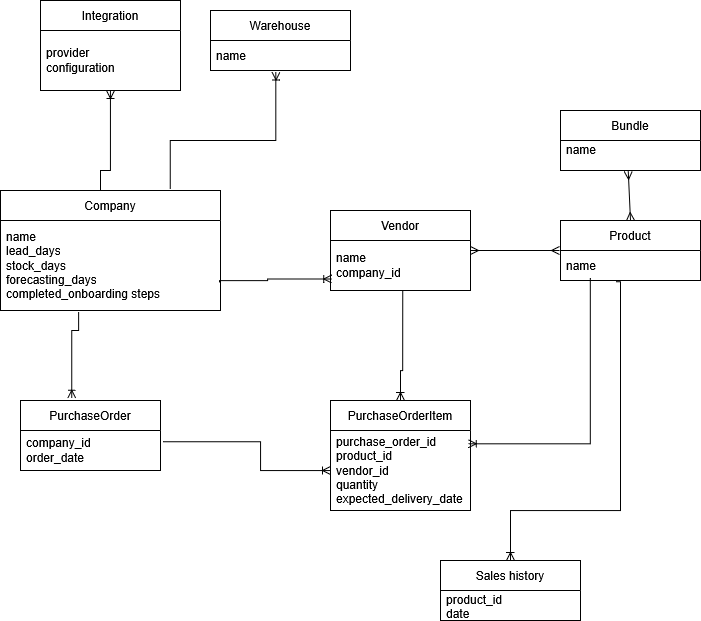
Earlier version of the draw.io export entity_diagram.png (h4nz2/logistics-onboarding). Source tidied: cells renumbered, new cells last; positions are measured from the earlier drawing's top-left corner, leaving out a move shared by most shapes. Source of this version:
```xml
<mxGraphModel>
  <root>
    <mxCell id="0" />
    <mxCell id="1" parent="0" />
    <mxCell id="2" value="&lt;div&gt;Company&lt;/div&gt;" style="swimlane;fontStyle=0;horizontal=1;startSize=30;whiteSpace=wrap;html=1;" parent="1" vertex="1">
      <mxGeometry y="190" width="220" height="120" as="geometry" />
    </mxCell>
    <mxCell id="3" value="&lt;div&gt;name&lt;/div&gt;&lt;div&gt;lead_days&lt;/div&gt;&lt;div&gt;stock_days&lt;/div&gt;&lt;div&gt;forecasting_days&lt;/div&gt;&lt;div&gt;completed_onboarding steps&lt;/div&gt;" style="text;strokeColor=none;fillColor=none;align=left;verticalAlign=middle;spacingLeft=4;spacingRight=4;overflow=hidden;points=[[0,0.5],[1,0.5]];portConstraint=eastwest;whiteSpace=wrap;html=1;" parent="2" vertex="1">
      <mxGeometry y="30" width="220" height="90" as="geometry" />
    </mxCell>
    <mxCell id="4" value="PurchaseOrder" style="swimlane;fontStyle=0;horizontal=1;startSize=30;whiteSpace=wrap;html=1;" parent="1" vertex="1">
      <mxGeometry x="20" y="400" width="140" height="70" as="geometry" />
    </mxCell>
    <mxCell id="5" value="&lt;div&gt;company_id&amp;nbsp;&lt;/div&gt;&lt;div&gt;order_date&lt;/div&gt;" style="text;strokeColor=none;fillColor=none;align=left;verticalAlign=middle;spacingLeft=4;spacingRight=4;overflow=hidden;points=[[0,0.5],[1,0.5]];portConstraint=eastwest;whiteSpace=wrap;html=1;" parent="4" vertex="1">
      <mxGeometry y="30" width="140" height="40" as="geometry" />
    </mxCell>
    <mxCell id="6" value="PurchaseOrderItem" style="swimlane;fontStyle=0;horizontal=1;startSize=30;whiteSpace=wrap;html=1;" parent="1" vertex="1">
      <mxGeometry x="330" y="400" width="140" height="110" as="geometry" />
    </mxCell>
    <mxCell id="7" value="purchase_order_id&lt;br&gt;product_id&lt;br&gt;vendor_id&lt;br&gt;quantity&lt;br&gt;expected_delivery_date" style="text;strokeColor=none;fillColor=none;align=left;verticalAlign=middle;spacingLeft=4;spacingRight=4;overflow=hidden;points=[[0,0.5],[1,0.5]];portConstraint=eastwest;whiteSpace=wrap;html=1;" parent="6" vertex="1">
      <mxGeometry y="30" width="140" height="80" as="geometry" />
    </mxCell>
    <mxCell id="8" value="Product" style="swimlane;fontStyle=0;horizontal=1;startSize=30;whiteSpace=wrap;html=1;" parent="1" vertex="1">
      <mxGeometry x="560" y="220" width="140" height="60" as="geometry" />
    </mxCell>
    <mxCell id="9" value="&lt;div&gt;name&lt;/div&gt;" style="text;strokeColor=none;fillColor=none;align=left;verticalAlign=middle;spacingLeft=4;spacingRight=4;overflow=hidden;points=[[0,0.5],[1,0.5]];portConstraint=eastwest;whiteSpace=wrap;html=1;" parent="8" vertex="1">
      <mxGeometry y="30" width="140" height="30" as="geometry" />
    </mxCell>
    <mxCell id="10" value="Vendor" style="swimlane;fontStyle=0;horizontal=1;startSize=30;whiteSpace=wrap;html=1;" parent="1" vertex="1">
      <mxGeometry x="330" y="210" width="140" height="80" as="geometry" />
    </mxCell>
    <mxCell id="11" value="&lt;div&gt;name&lt;/div&gt;company_id" style="text;strokeColor=none;fillColor=none;align=left;verticalAlign=middle;spacingLeft=4;spacingRight=4;overflow=hidden;points=[[0,0.5],[1,0.5]];portConstraint=eastwest;whiteSpace=wrap;html=1;" parent="10" vertex="1">
      <mxGeometry y="30" width="140" height="50" as="geometry" />
    </mxCell>
    <mxCell id="12" value="Warehouse" style="swimlane;fontStyle=0;horizontal=1;startSize=30;whiteSpace=wrap;html=1;" parent="1" vertex="1">
      <mxGeometry x="210" y="10" width="140" height="60" as="geometry" />
    </mxCell>
    <mxCell id="13" value="&lt;div&gt;name&lt;/div&gt;" style="text;strokeColor=none;fillColor=none;align=left;verticalAlign=middle;spacingLeft=4;spacingRight=4;overflow=hidden;points=[[0,0.5],[1,0.5]];portConstraint=eastwest;whiteSpace=wrap;html=1;" parent="12" vertex="1">
      <mxGeometry y="30" width="140" height="30" as="geometry" />
    </mxCell>
    <mxCell id="14" value="Bundle" style="swimlane;fontStyle=0;horizontal=1;startSize=30;whiteSpace=wrap;html=1;" parent="1" vertex="1">
      <mxGeometry x="560" y="110" width="140" height="60" as="geometry" />
    </mxCell>
    <mxCell id="15" value="&lt;div&gt;name&lt;/div&gt;&lt;div&gt;&lt;br&gt;&lt;/div&gt;" style="text;strokeColor=none;fillColor=none;align=left;verticalAlign=middle;spacingLeft=4;spacingRight=4;overflow=hidden;points=[[0,0.5],[1,0.5]];portConstraint=eastwest;whiteSpace=wrap;html=1;" parent="14" vertex="1">
      <mxGeometry y="30" width="140" height="30" as="geometry" />
    </mxCell>
    <mxCell id="16" value="Sales history" style="swimlane;fontStyle=0;horizontal=1;startSize=30;whiteSpace=wrap;html=1;" parent="1" vertex="1">
      <mxGeometry x="440" y="560" width="140" height="60" as="geometry" />
    </mxCell>
    <mxCell id="17" value="product_id&lt;br&gt;&lt;div&gt;date&lt;/div&gt;" style="text;strokeColor=none;fillColor=none;align=left;verticalAlign=middle;spacingLeft=4;spacingRight=4;overflow=hidden;whiteSpace=wrap;html=1;" parent="16" vertex="1">
      <mxGeometry y="30" width="140" height="30" as="geometry" />
    </mxCell>
    <mxCell id="18" style="edgeStyle=entityRelationEdgeStyle;fontSize=12;html=1;endArrow=ERmany;startArrow=ERmany;rounded=0;entryX=-0.007;entryY=0;entryDx=0;entryDy=0;entryPerimeter=0;exitX=1;exitY=0.5;exitDx=0;exitDy=0;" parent="1" edge="1" source="10" target="9">
      <mxGeometry relative="1" as="geometry" />
    </mxCell>
    <mxCell id="19" style="fontSize=12;html=1;endArrow=ERmany;startArrow=ERmany;rounded=0;exitX=0.484;exitY=1.028;exitDx=0;exitDy=0;entryX=0.5;entryY=0;entryDx=0;entryDy=0;exitPerimeter=0;" parent="1" edge="1" source="15" target="8">
      <mxGeometry relative="1" as="geometry" />
    </mxCell>
    <mxCell id="20" value="Integration" style="swimlane;fontStyle=0;horizontal=1;startSize=30;whiteSpace=wrap;html=1;" parent="1" vertex="1">
      <mxGeometry x="40" width="140" height="90" as="geometry" />
    </mxCell>
    <mxCell id="21" value="&lt;div&gt;provider&lt;/div&gt;configuration" style="text;strokeColor=none;fillColor=none;align=left;verticalAlign=middle;spacingLeft=4;spacingRight=4;overflow=hidden;points=[[0,0.5],[1,0.5]];portConstraint=eastwest;whiteSpace=wrap;html=1;" parent="20" vertex="1">
      <mxGeometry y="30" width="140" height="60" as="geometry" />
    </mxCell>
    <mxCell id="22" style="edgeStyle=orthogonalEdgeStyle;fontSize=12;html=1;endArrow=ERoneToMany;rounded=0;entryX=0.366;entryY=-0.033;entryDx=0;entryDy=0;entryPerimeter=0;exitX=0.355;exitY=1.017;exitDx=0;exitDy=0;exitPerimeter=0;" parent="1" edge="1" source="3" target="4">
      <mxGeometry relative="1" as="geometry">
        <Array as="points">
          <mxPoint x="78" y="330" />
          <mxPoint x="71" y="330" />
        </Array>
      </mxGeometry>
    </mxCell>
    <mxCell id="23" style="edgeStyle=orthogonalEdgeStyle;fontSize=12;html=1;endArrow=ERoneToMany;rounded=0;entryX=0.009;entryY=0.768;entryDx=0;entryDy=0;entryPerimeter=0;exitX=0.995;exitY=0.687;exitDx=0;exitDy=0;exitPerimeter=0;" parent="1" edge="1" source="3" target="11">
      <mxGeometry relative="1" as="geometry">
        <Array as="points">
          <mxPoint x="219" y="280" />
          <mxPoint x="267" y="280" />
          <mxPoint x="267" y="278" />
        </Array>
      </mxGeometry>
    </mxCell>
    <mxCell id="24" style="edgeStyle=orthogonalEdgeStyle;fontSize=12;html=1;endArrow=ERoneToMany;rounded=0;entryX=0;entryY=0.5;entryDx=0;entryDy=0;exitX=1.021;exitY=0.279;exitDx=0;exitDy=0;exitPerimeter=0;" parent="1" edge="1" source="5" target="7">
      <mxGeometry relative="1" as="geometry">
        <Array as="points">
          <mxPoint x="260" y="441" />
          <mxPoint x="260" y="470" />
        </Array>
      </mxGeometry>
    </mxCell>
    <mxCell id="25" style="edgeStyle=orthogonalEdgeStyle;fontSize=12;html=1;endArrow=ERoneToMany;rounded=0;entryX=0.5;entryY=0;entryDx=0;entryDy=0;exitX=0.516;exitY=1.003;exitDx=0;exitDy=0;exitPerimeter=0;" parent="1" edge="1" source="11" target="6">
      <mxGeometry relative="1" as="geometry">
        <Array as="points">
          <mxPoint x="402" y="370" />
          <mxPoint x="400" y="370" />
        </Array>
      </mxGeometry>
    </mxCell>
    <mxCell id="26" style="edgeStyle=orthogonalEdgeStyle;fontSize=12;html=1;endArrow=ERoneToMany;rounded=0;entryX=0.984;entryY=0.166;entryDx=0;entryDy=0;entryPerimeter=0;exitX=0.213;exitY=0.924;exitDx=0;exitDy=0;exitPerimeter=0;" parent="1" edge="1" source="9" target="7">
      <mxGeometry relative="1" as="geometry">
        <Array as="points">
          <mxPoint x="590" y="443" />
        </Array>
      </mxGeometry>
    </mxCell>
    <mxCell id="27" style="edgeStyle=orthogonalEdgeStyle;fontSize=12;html=1;endArrow=ERoneToMany;rounded=0;entryX=0.5;entryY=0;entryDx=0;entryDy=0;exitX=0.4;exitY=1.039;exitDx=0;exitDy=0;exitPerimeter=0;" parent="1" edge="1" source="9" target="16">
      <mxGeometry relative="1" as="geometry">
        <Array as="points">
          <mxPoint x="620" y="281" />
          <mxPoint x="620" y="510" />
          <mxPoint x="510" y="510" />
        </Array>
      </mxGeometry>
    </mxCell>
    <mxCell id="28" style="edgeStyle=orthogonalEdgeStyle;fontSize=12;html=1;endArrow=ERoneToMany;rounded=0;exitX=0.455;exitY=0;exitDx=0;exitDy=0;exitPerimeter=0;" parent="1" edge="1" source="2" target="21">
      <mxGeometry relative="1" as="geometry">
        <Array as="points">
          <mxPoint x="100" y="170" />
          <mxPoint x="110" y="170" />
        </Array>
      </mxGeometry>
    </mxCell>
    <mxCell id="29" style="edgeStyle=orthogonalEdgeStyle;fontSize=12;html=1;endArrow=ERoneToMany;rounded=0;entryX=0.467;entryY=1.051;entryDx=0;entryDy=0;entryPerimeter=0;exitX=0.772;exitY=-0.01;exitDx=0;exitDy=0;exitPerimeter=0;" parent="1" edge="1" source="2" target="13">
      <mxGeometry relative="1" as="geometry">
        <Array as="points">
          <mxPoint x="170" y="140" />
          <mxPoint x="275" y="140" />
        </Array>
      </mxGeometry>
    </mxCell>
  </root>
</mxGraphModel>
```
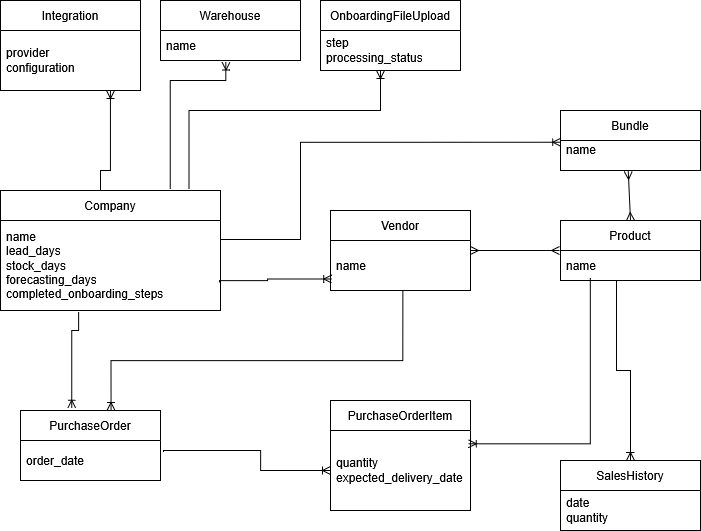
The same diagram one commit later.

Change to the diagram source:
```diff
@@ -5,19 +5,19 @@
     <mxCell id="2" value="&lt;div&gt;Company&lt;/div&gt;" style="swimlane;fontStyle=0;horizontal=1;startSize=30;whiteSpace=wrap;html=1;" parent="1" vertex="1">
       <mxGeometry y="190" width="220" height="120" as="geometry" />
     </mxCell>
-    <mxCell id="3" value="&lt;div&gt;name&lt;/div&gt;&lt;div&gt;lead_days&lt;/div&gt;&lt;div&gt;stock_days&lt;/div&gt;&lt;div&gt;forecasting_days&lt;/div&gt;&lt;div&gt;completed_onboarding steps&lt;/div&gt;" style="text;strokeColor=none;fillColor=none;align=left;verticalAlign=middle;spacingLeft=4;spacingRight=4;overflow=hidden;points=[[0,0.5],[1,0.5]];portConstraint=eastwest;whiteSpace=wrap;html=1;" parent="2" vertex="1">
+    <mxCell id="3" value="&lt;div&gt;name&lt;/div&gt;&lt;div&gt;lead_days&lt;/div&gt;&lt;div&gt;stock_days&lt;/div&gt;&lt;div&gt;forecasting_days&lt;/div&gt;&lt;div&gt;completed_onboarding_steps&lt;/div&gt;" style="text;strokeColor=none;fillColor=none;align=left;verticalAlign=middle;spacingLeft=4;spacingRight=4;overflow=hidden;points=[[0,0.5],[1,0.5]];portConstraint=eastwest;whiteSpace=wrap;html=1;" parent="2" vertex="1">
       <mxGeometry y="30" width="220" height="90" as="geometry" />
     </mxCell>
     <mxCell id="4" value="PurchaseOrder" style="swimlane;fontStyle=0;horizontal=1;startSize=30;whiteSpace=wrap;html=1;" parent="1" vertex="1">
-      <mxGeometry x="20" y="400" width="140" height="70" as="geometry" />
+      <mxGeometry x="20" y="410" width="140" height="70" as="geometry" />
     </mxCell>
-    <mxCell id="5" value="&lt;div&gt;company_id&amp;nbsp;&lt;/div&gt;&lt;div&gt;order_date&lt;/div&gt;" style="text;strokeColor=none;fillColor=none;align=left;verticalAlign=middle;spacingLeft=4;spacingRight=4;overflow=hidden;points=[[0,0.5],[1,0.5]];portConstraint=eastwest;whiteSpace=wrap;html=1;" parent="4" vertex="1">
+    <mxCell id="5" value="&lt;div&gt;order_date&lt;/div&gt;" style="text;strokeColor=none;fillColor=none;align=left;verticalAlign=middle;spacingLeft=4;spacingRight=4;overflow=hidden;points=[[0,0.5],[1,0.5]];portConstraint=eastwest;whiteSpace=wrap;html=1;" parent="4" vertex="1">
       <mxGeometry y="30" width="140" height="40" as="geometry" />
     </mxCell>
     <mxCell id="6" value="PurchaseOrderItem" style="swimlane;fontStyle=0;horizontal=1;startSize=30;whiteSpace=wrap;html=1;" parent="1" vertex="1">
       <mxGeometry x="330" y="400" width="140" height="110" as="geometry" />
     </mxCell>
-    <mxCell id="7" value="purchase_order_id&lt;br&gt;product_id&lt;br&gt;vendor_id&lt;br&gt;quantity&lt;br&gt;expected_delivery_date" style="text;strokeColor=none;fillColor=none;align=left;verticalAlign=middle;spacingLeft=4;spacingRight=4;overflow=hidden;points=[[0,0.5],[1,0.5]];portConstraint=eastwest;whiteSpace=wrap;html=1;" parent="6" vertex="1">
+    <mxCell id="7" value="quantity&lt;br&gt;expected_delivery_date" style="text;strokeColor=none;fillColor=none;align=left;verticalAlign=middle;spacingLeft=4;spacingRight=4;overflow=hidden;points=[[0,0.5],[1,0.5]];portConstraint=eastwest;whiteSpace=wrap;html=1;" parent="6" vertex="1">
       <mxGeometry y="30" width="140" height="80" as="geometry" />
     </mxCell>
     <mxCell id="8" value="Product" style="swimlane;fontStyle=0;horizontal=1;startSize=30;whiteSpace=wrap;html=1;" parent="1" vertex="1">
@@ -29,11 +29,11 @@
     <mxCell id="10" value="Vendor" style="swimlane;fontStyle=0;horizontal=1;startSize=30;whiteSpace=wrap;html=1;" parent="1" vertex="1">
       <mxGeometry x="330" y="210" width="140" height="80" as="geometry" />
     </mxCell>
-    <mxCell id="11" value="&lt;div&gt;name&lt;/div&gt;company_id" style="text;strokeColor=none;fillColor=none;align=left;verticalAlign=middle;spacingLeft=4;spacingRight=4;overflow=hidden;points=[[0,0.5],[1,0.5]];portConstraint=eastwest;whiteSpace=wrap;html=1;" parent="10" vertex="1">
+    <mxCell id="11" value="&lt;div&gt;name&lt;/div&gt;" style="text;strokeColor=none;fillColor=none;align=left;verticalAlign=middle;spacingLeft=4;spacingRight=4;overflow=hidden;points=[[0,0.5],[1,0.5]];portConstraint=eastwest;whiteSpace=wrap;html=1;" parent="10" vertex="1">
       <mxGeometry y="30" width="140" height="50" as="geometry" />
     </mxCell>
     <mxCell id="12" value="Warehouse" style="swimlane;fontStyle=0;horizontal=1;startSize=30;whiteSpace=wrap;html=1;" parent="1" vertex="1">
-      <mxGeometry x="210" y="10" width="140" height="60" as="geometry" />
+      <mxGeometry x="160" width="140" height="60" as="geometry" />
     </mxCell>
     <mxCell id="13" value="&lt;div&gt;name&lt;/div&gt;" style="text;strokeColor=none;fillColor=none;align=left;verticalAlign=middle;spacingLeft=4;spacingRight=4;overflow=hidden;points=[[0,0.5],[1,0.5]];portConstraint=eastwest;whiteSpace=wrap;html=1;" parent="12" vertex="1">
       <mxGeometry y="30" width="140" height="30" as="geometry" />
@@ -44,11 +44,11 @@
     <mxCell id="15" value="&lt;div&gt;name&lt;/div&gt;&lt;div&gt;&lt;br&gt;&lt;/div&gt;" style="text;strokeColor=none;fillColor=none;align=left;verticalAlign=middle;spacingLeft=4;spacingRight=4;overflow=hidden;points=[[0,0.5],[1,0.5]];portConstraint=eastwest;whiteSpace=wrap;html=1;" parent="14" vertex="1">
       <mxGeometry y="30" width="140" height="30" as="geometry" />
     </mxCell>
-    <mxCell id="16" value="Sales history" style="swimlane;fontStyle=0;horizontal=1;startSize=30;whiteSpace=wrap;html=1;" parent="1" vertex="1">
-      <mxGeometry x="440" y="560" width="140" height="60" as="geometry" />
+    <mxCell id="16" value="SalesHistory" style="swimlane;fontStyle=0;horizontal=1;startSize=30;whiteSpace=wrap;html=1;" parent="1" vertex="1">
+      <mxGeometry x="560" y="460" width="140" height="70" as="geometry" />
     </mxCell>
-    <mxCell id="17" value="product_id&lt;br&gt;&lt;div&gt;date&lt;/div&gt;" style="text;strokeColor=none;fillColor=none;align=left;verticalAlign=middle;spacingLeft=4;spacingRight=4;overflow=hidden;whiteSpace=wrap;html=1;" parent="16" vertex="1">
-      <mxGeometry y="30" width="140" height="30" as="geometry" />
+    <mxCell id="17" value="&lt;div&gt;date&lt;/div&gt;&lt;div&gt;quantity&lt;/div&gt;" style="text;strokeColor=none;fillColor=none;align=left;verticalAlign=middle;spacingLeft=4;spacingRight=4;overflow=hidden;whiteSpace=wrap;html=1;" parent="16" vertex="1">
+      <mxGeometry y="30" width="140" height="40" as="geometry" />
     </mxCell>
     <mxCell id="18" style="edgeStyle=entityRelationEdgeStyle;fontSize=12;html=1;endArrow=ERmany;startArrow=ERmany;rounded=0;entryX=-0.007;entryY=0;entryDx=0;entryDy=0;entryPerimeter=0;exitX=1;exitY=0.5;exitDx=0;exitDy=0;" parent="1" edge="1" source="10" target="9">
       <mxGeometry relative="1" as="geometry" />
@@ -57,7 +57,7 @@
       <mxGeometry relative="1" as="geometry" />
     </mxCell>
     <mxCell id="20" value="Integration" style="swimlane;fontStyle=0;horizontal=1;startSize=30;whiteSpace=wrap;html=1;" parent="1" vertex="1">
-      <mxGeometry x="40" width="140" height="90" as="geometry" />
+      <mxGeometry width="140" height="90" as="geometry" />
     </mxCell>
     <mxCell id="21" value="&lt;div&gt;provider&lt;/div&gt;configuration" style="text;strokeColor=none;fillColor=none;align=left;verticalAlign=middle;spacingLeft=4;spacingRight=4;overflow=hidden;points=[[0,0.5],[1,0.5]];portConstraint=eastwest;whiteSpace=wrap;html=1;" parent="20" vertex="1">
       <mxGeometry y="30" width="140" height="60" as="geometry" />
@@ -82,16 +82,17 @@
     <mxCell id="24" style="edgeStyle=orthogonalEdgeStyle;fontSize=12;html=1;endArrow=ERoneToMany;rounded=0;entryX=0;entryY=0.5;entryDx=0;entryDy=0;exitX=1.021;exitY=0.279;exitDx=0;exitDy=0;exitPerimeter=0;" parent="1" edge="1" source="5" target="7">
       <mxGeometry relative="1" as="geometry">
         <Array as="points">
-          <mxPoint x="260" y="441" />
+          <mxPoint x="163" y="450" />
+          <mxPoint x="260" y="450" />
           <mxPoint x="260" y="470" />
         </Array>
       </mxGeometry>
     </mxCell>
-    <mxCell id="25" style="edgeStyle=orthogonalEdgeStyle;fontSize=12;html=1;endArrow=ERoneToMany;rounded=0;entryX=0.5;entryY=0;entryDx=0;entryDy=0;exitX=0.516;exitY=1.003;exitDx=0;exitDy=0;exitPerimeter=0;" parent="1" edge="1" source="11" target="6">
+    <mxCell id="25" style="edgeStyle=orthogonalEdgeStyle;fontSize=12;html=1;endArrow=ERoneToMany;rounded=0;entryX=0.646;entryY=-0.001;entryDx=0;entryDy=0;exitX=0.516;exitY=1.003;exitDx=0;exitDy=0;exitPerimeter=0;entryPerimeter=0;" parent="1" edge="1" source="11" target="4">
       <mxGeometry relative="1" as="geometry">
         <Array as="points">
-          <mxPoint x="402" y="370" />
-          <mxPoint x="400" y="370" />
+          <mxPoint x="402" y="360" />
+          <mxPoint x="110" y="360" />
         </Array>
       </mxGeometry>
     </mxCell>
@@ -102,12 +103,11 @@
         </Array>
       </mxGeometry>
     </mxCell>
-    <mxCell id="27" style="edgeStyle=orthogonalEdgeStyle;fontSize=12;html=1;endArrow=ERoneToMany;rounded=0;entryX=0.5;entryY=0;entryDx=0;entryDy=0;exitX=0.4;exitY=1.039;exitDx=0;exitDy=0;exitPerimeter=0;" parent="1" edge="1" source="9" target="16">
+    <mxCell id="27" style="edgeStyle=orthogonalEdgeStyle;fontSize=12;html=1;endArrow=ERoneToMany;rounded=0;entryX=0.5;entryY=0;entryDx=0;entryDy=0;" parent="1" edge="1" source="9" target="16">
       <mxGeometry relative="1" as="geometry">
         <Array as="points">
-          <mxPoint x="620" y="281" />
-          <mxPoint x="620" y="510" />
-          <mxPoint x="510" y="510" />
+          <mxPoint x="616" y="370" />
+          <mxPoint x="630" y="370" />
         </Array>
       </mxGeometry>
     </mxCell>
@@ -122,10 +122,33 @@
     <mxCell id="29" style="edgeStyle=orthogonalEdgeStyle;fontSize=12;html=1;endArrow=ERoneToMany;rounded=0;entryX=0.467;entryY=1.051;entryDx=0;entryDy=0;entryPerimeter=0;exitX=0.772;exitY=-0.01;exitDx=0;exitDy=0;exitPerimeter=0;" parent="1" edge="1" source="2" target="13">
       <mxGeometry relative="1" as="geometry">
         <Array as="points">
-          <mxPoint x="170" y="140" />
-          <mxPoint x="275" y="140" />
+          <mxPoint x="170" y="80" />
+          <mxPoint x="225" y="80" />
         </Array>
       </mxGeometry>
     </mxCell>
+    <mxCell id="30" style="edgeStyle=orthogonalEdgeStyle;fontSize=12;html=1;endArrow=ERoneToMany;rounded=0;entryX=0.001;entryY=0.062;entryDx=0;entryDy=0;entryPerimeter=0;exitX=0.998;exitY=0.212;exitDx=0;exitDy=0;exitPerimeter=0;" parent="1" edge="1" source="3" target="15">
+      <mxGeometry relative="1" as="geometry">
+        <Array as="points">
+          <mxPoint x="300" y="239" />
+          <mxPoint x="300" y="142" />
+        </Array>
+      </mxGeometry>
+    </mxCell>
+    <mxCell id="31" value="OnboardingFileUpload" style="swimlane;fontStyle=0;horizontal=1;startSize=30;whiteSpace=wrap;html=1;" parent="1" vertex="1">
+      <mxGeometry x="320" width="140" height="70" as="geometry" />
+    </mxCell>
+    <mxCell id="32" value="&lt;div&gt;step&lt;br&gt;processing_status&lt;/div&gt;" style="text;strokeColor=none;fillColor=none;align=left;verticalAlign=middle;spacingLeft=4;spacingRight=4;overflow=hidden;whiteSpace=wrap;html=1;" parent="31" vertex="1">
+      <mxGeometry y="30" width="140" height="40" as="geometry" />
+    </mxCell>
+    <mxCell id="33" style="edgeStyle=orthogonalEdgeStyle;fontSize=12;html=1;endArrow=ERoneToMany;rounded=0;exitX=0.857;exitY=-0.01;exitDx=0;exitDy=0;exitPerimeter=0;" parent="1" edge="1" source="2">
+      <mxGeometry relative="1" as="geometry">
+        <mxPoint x="380" y="70" as="targetPoint" />
+        <Array as="points">
+          <mxPoint x="189" y="110" />
+          <mxPoint x="380" y="110" />
+        </Array>
+      </mxGeometry>
+    </mxCell>
   </root>
 </mxGraphModel>
```
